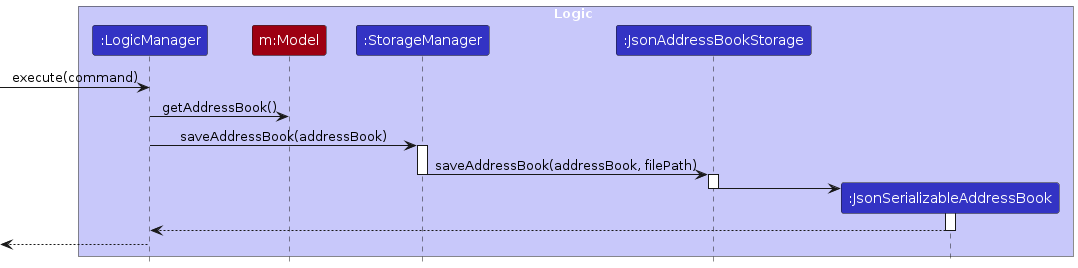
AY2324S2-CS2103T-F11-3/tp keeps this PlantUML diagram as diagrams/saving/SavingInterviewsAndPersonsSequence.png. Above is the earlier version. Its source is kept beside it as diagrams/saving/SavingInterviewsAndPersonsSequence.puml.
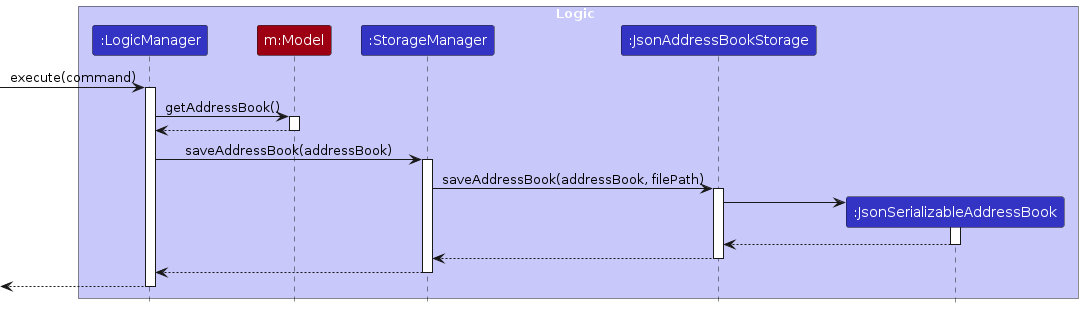
Later version of the same file.

Change to the diagram source:
```diff
@@ -11,22 +11,32 @@
 end box
 
 [-> LogicManager: execute(command)
+activate LogicManager
 
 LogicManager -> Model : getAddressBook()
+activate Model
+
+Model --> LogicManager
+deactivate Model
+
 LogicManager -> StorageManager : saveAddressBook(addressBook)
 activate StorageManager
 
 StorageManager -> JsonAddressBookStorage : saveAddressBook(addressBook, filePath)
-deactivate StorageManager
 activate JsonAddressBookStorage
 
 create JsonSerializableAddressBook
 JsonAddressBookStorage -> JsonSerializableAddressBook
-deactivate JsonAddressBookStorage
 activate JsonSerializableAddressBook
 
-JsonSerializableAddressBook --> LogicManager
+JsonSerializableAddressBook --> JsonAddressBookStorage
 deactivate JsonSerializableAddressBook
+
+JsonAddressBookStorage --> StorageManager
+deactivate JsonAddressBookStorage
+
+StorageManager --> LogicManager
+deactivate StorageManager
 
 [<--LogicManager
 deactivate LogicManager
```
